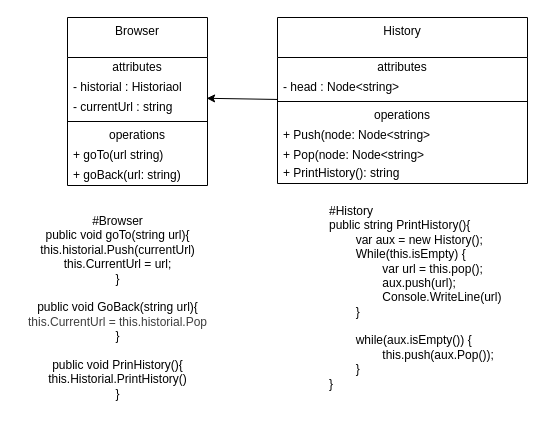
The draw.io diagram Unidad_2_Programacion/clase3_Pilas_Cola/Ejercicio1Pilas/diagramaBrowser/browser.dio in EdgarSteinberg/UTN-Programacion-II, before the edit. Source tidied: cells renumbered, new cells numbered last; positions are measured from the earlier drawing's top-left corner, leaving out a move shared by most shapes. Both pictures are drawn from the tidied source at 100%, with x=0, y=0 at pixel (17, 17).
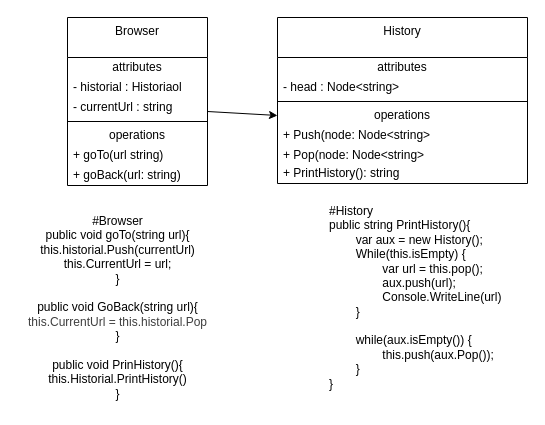
Above is the later version.

Commit message (it also covers changes not shown here):
actualizando diagrama de clases

The change refers to these unchanged cells:
```xml
<mxCell id="5" value="- currentUrl : string" style="text;html=1;strokeColor=none;fillColor=none;align=left;verticalAlign=middle;spacingLeft=4;spacingRight=4;overflow=hidden;points=[[0,0.5],[1,0.5]];portConstraint=eastwest;whiteSpace=wrap;" parent="2" vertex="1">
  <mxGeometry y="80" width="140" height="20" as="geometry" />
</mxCell>
<mxCell id="13" style="line;strokeWidth=1;fillColor=none;align=left;verticalAlign=middle;spacingTop=-1;spacingLeft=3;spacingRight=3;labelPosition=right;points=[];portConstraint=eastwest;" parent="10" vertex="1">
  <mxGeometry y="80" width="250" height="8" as="geometry" />
</mxCell>
<mxCell id="14" value="operations" style="text;html=1;strokeColor=none;fillColor=none;align=center;verticalAlign=middle;spacingLeft=4;spacingRight=4;overflow=hidden;points=[[0,0.5],[1,0.5]];portConstraint=eastwest;whiteSpace=wrap;" parent="10" vertex="1">
  <mxGeometry y="88" width="250" height="20" as="geometry" />
</mxCell>
```

Diff of the diagram source:
```diff
@@
-    <mxCell id="19" style="edgeStyle=none;html=1;entryX=0.994;entryY=0.04;entryDx=0;entryDy=0;entryPerimeter=0;" parent="1" edge="1" source="13" target="5">
-      <mxGeometry relative="1" as="geometry" />
-    </mxCell>
@@
+    <mxCell id="21" style="edgeStyle=none;html=1;entryX=0;entryY=0.5;entryDx=0;entryDy=0;" parent="1" edge="1" source="5" target="14">
+      <mxGeometry relative="1" as="geometry" />
+    </mxCell>
```
